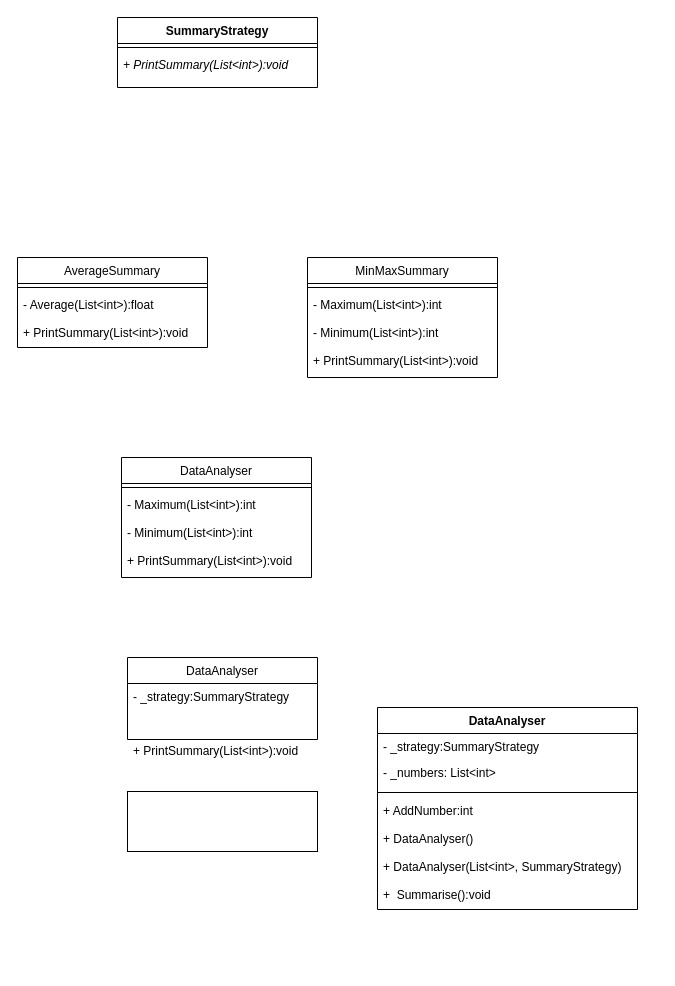
Above: 未命名绘图.drawio in white-and-dark/white-and-dark.gitbub.io (draw.io), before the change. Source tidied: cells renumbered, new cells numbered last; positions are measured from the earlier drawing's top-left corner, leaving out a move shared by most shapes. Both pictures are drawn from the tidied source at 100%, with x=0, y=0 at pixel (17, 17).
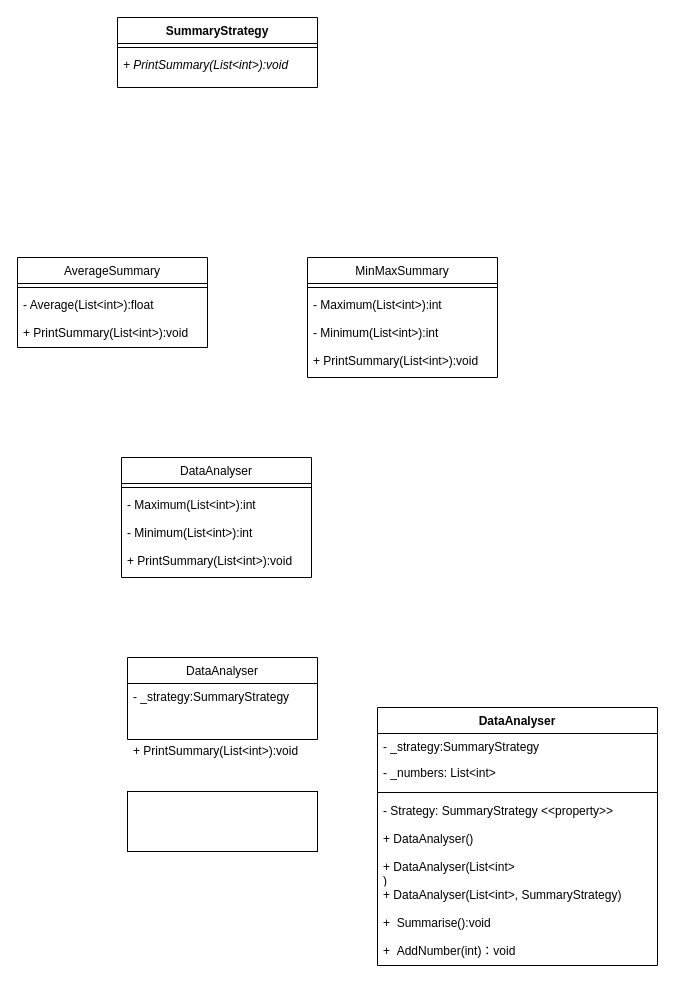
After the change.

Commit message:
更新未命名绘图.drawio

The edit, as a diff of the source:
```diff
@@
     <mxCell id="23" value="DataAnalyser" style="swimlane;fontStyle=1;align=center;verticalAlign=top;horizontal=1;startSize=26;whiteSpace=wrap;html=1;" parent="1" vertex="1">
-      <mxGeometry x="360" y="690" width="260" height="202" as="geometry" />
+      <mxGeometry x="360" y="690" width="280" height="258" as="geometry" />
     </mxCell>
     <mxCell id="24" value="-&amp;nbsp;_strategy:SummaryStrategy" style="text;strokeColor=none;fillColor=none;align=left;verticalAlign=top;spacingLeft=4;spacingRight=4;overflow=hidden;whiteSpace=wrap;html=1;" parent="23" vertex="1">
-      <mxGeometry y="26" width="260" height="26" as="geometry" />
+      <mxGeometry y="26" width="280" height="26" as="geometry" />
     </mxCell>
     <mxCell id="25" value="- _numbers: List&lt;int&gt;" style="text;align=left;verticalAlign=top;spacingLeft=4;spacingRight=4;overflow=hidden;" parent="23" vertex="1">
-      <mxGeometry y="52" width="260" height="28" as="geometry" />
+      <mxGeometry y="52" width="280" height="28" as="geometry" />
     </mxCell>
     <mxCell id="26" style="line;strokeWidth=1;fillColor=none;align=left;verticalAlign=middle;spacingTop=-1;spacingLeft=3;spacingRight=3;labelPosition=right;strokeColor=inherit;" parent="23" vertex="1">
-      <mxGeometry y="80" width="260" height="10" as="geometry" />
+      <mxGeometry y="80" width="280" height="10" as="geometry" />
     </mxCell>
-    <mxCell id="27" value="+ AddNumber:int" style="text;align=left;verticalAlign=top;spacingLeft=4;spacingRight=4;overflow=hidden;" parent="23" vertex="1">
-      <mxGeometry y="90" width="260" height="28" as="geometry" />
+    <mxCell id="27" value="- Strategy: SummaryStrategy &lt;&lt;property&gt;&gt;" style="text;align=left;verticalAlign=top;spacingLeft=4;spacingRight=4;overflow=hidden;" parent="23" vertex="1">
+      <mxGeometry y="90" width="280" height="28" as="geometry" />
     </mxCell>
     <mxCell id="28" value="+ DataAnalyser()" style="text;align=left;verticalAlign=top;spacingLeft=4;spacingRight=4;overflow=hidden;" parent="23" vertex="1">
-      <mxGeometry y="118" width="260" height="28" as="geometry" />
+      <mxGeometry y="118" width="280" height="28" as="geometry" />
     </mxCell>
+    <mxCell id="31" value="+ DataAnalyser(List&lt;int&gt;&#10;)" style="text;align=left;verticalAlign=top;spacingLeft=4;spacingRight=4;overflow=hidden;" parent="23" vertex="1">
+      <mxGeometry y="146" width="280" height="28" as="geometry" />
+    </mxCell>
     <mxCell id="29" value="+ DataAnalyser(List&lt;int&gt;, SummaryStrategy)" style="text;align=left;verticalAlign=top;spacingLeft=4;spacingRight=4;overflow=hidden;" parent="23" vertex="1">
-      <mxGeometry y="146" width="260" height="28" as="geometry" />
+      <mxGeometry y="174" width="280" height="28" as="geometry" />
     </mxCell>
-    <mxCell id="30" value="+  Summarise():void&#10;" style="text;align=left;verticalAlign=top;spacingLeft=4;spacingRight=4;overflow=hidden;" parent="23" vertex="1">
-      <mxGeometry y="174" width="260" height="28" as="geometry" />
+    <mxCell id="30" value="+  Summarise():void" style="text;align=left;verticalAlign=top;spacingLeft=4;spacingRight=4;overflow=hidden;" parent="23" vertex="1">
+      <mxGeometry y="202" width="280" height="28" as="geometry" />
     </mxCell>
+    <mxCell id="32" value="+  AddNumber(int)：void" style="text;align=left;verticalAlign=top;spacingLeft=4;spacingRight=4;overflow=hidden;" parent="23" vertex="1">
+      <mxGeometry y="230" width="280" height="28" as="geometry" />
+    </mxCell>
```
